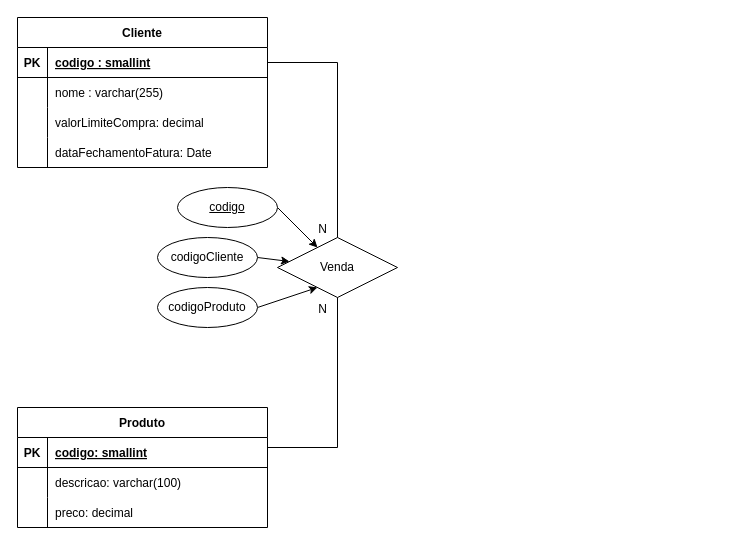
The draw.io diagram modelagem/base.drawio in GabrielCastilhoRodrigues/controle-vendas, before the edit. Source tidied: cells renumbered, new cells numbered last; positions are measured from the earlier drawing's top-left corner, leaving out a move shared by most shapes. Both pictures are drawn from the tidied source at 100%, with x=0, y=0 at pixel (17, 17).
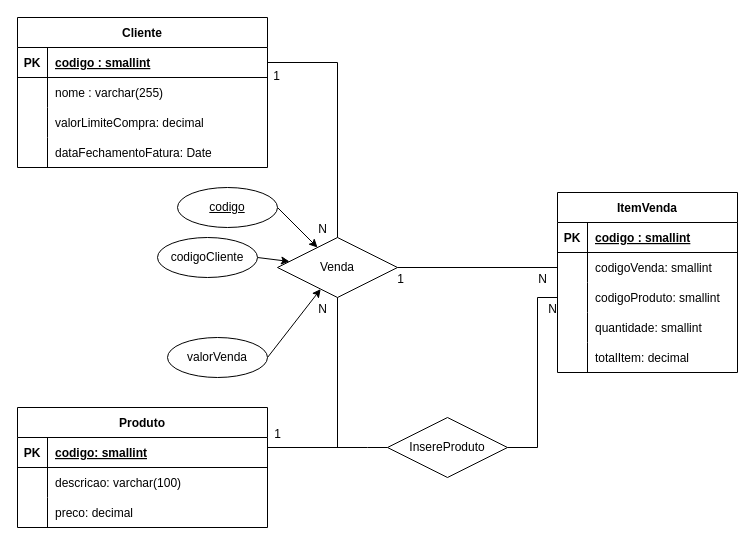
After the change.

Unchanged cells that the change refers to:
```xml
<mxCell id="25" value="Venda" style="shape=rhombus;perimeter=rhombusPerimeter;whiteSpace=wrap;html=1;align=center;" parent="1" vertex="1">
  <mxGeometry x="260" y="220" width="120" height="60" as="geometry" />
</mxCell>
```

The edit, as a diff of the source:
```diff
@@
-    <mxCell id="34" style="edgeStyle=none;html=1;exitX=1;exitY=0.5;exitDx=0;exitDy=0;entryX=0.333;entryY=0.833;entryDx=0;entryDy=0;entryPerimeter=0;" parent="1" edge="1" source="35" target="25">
-      <mxGeometry relative="1" as="geometry" />
-    </mxCell>
-    <mxCell id="35" value="codigoProduto" style="ellipse;whiteSpace=wrap;html=1;align=center;" parent="1" vertex="1">
-      <mxGeometry x="140" y="270" width="100" height="40" as="geometry" />
-    </mxCell>
+    <mxCell id="36" style="edgeStyle=none;html=1;exitX=1;exitY=0.5;exitDx=0;exitDy=0;" parent="1" edge="1" source="37" target="25">
+      <mxGeometry relative="1" as="geometry" />
+    </mxCell>
+    <mxCell id="37" value="valorVenda" style="ellipse;whiteSpace=wrap;html=1;align=center;" parent="1" vertex="1">
+      <mxGeometry x="150" y="320" width="100" height="40" as="geometry" />
+    </mxCell>
+    <mxCell id="38" value="ItemVenda" style="shape=table;startSize=30;childLayout=tableLayout;rowLines=0;fontStyle=1;align=center;" parent="1" vertex="1">
+      <mxGeometry x="540" y="175" width="180" height="180" as="geometry" />
+    </mxCell>
+    <mxCell id="39" style="shape=tableRow;horizontal=0;startSize=0;swimlaneHead=0;swimlaneBody=0;fillColor=none;top=0;left=0;right=0;bottom=1;" parent="38" vertex="1">
+      <mxGeometry y="30" width="180" height="30" as="geometry" />
+    </mxCell>
+    <mxCell id="40" value="PK" style="shape=partialRectangle;fillColor=none;top=0;left=0;bottom=0;right=0;fontStyle=1;overflow=hidden;" parent="39" vertex="1">
+      <mxGeometry width="30" height="30" as="geometry" />
+    </mxCell>
+    <mxCell id="41" value="codigo : smallint" style="shape=partialRectangle;fillColor=none;top=0;left=0;bottom=0;right=0;align=left;spacingLeft=6;fontStyle=5;overflow=hidden;" parent="39" vertex="1">
+      <mxGeometry x="30" width="150" height="30" as="geometry" />
+    </mxCell>
+    <mxCell id="42" style="shape=tableRow;horizontal=0;startSize=0;swimlaneHead=0;swimlaneBody=0;fillColor=none;points=[[0,0.5],[1,0.5]];portConstraint=eastwest;top=0;left=0;right=0;bottom=0;" parent="38" vertex="1">
+      <mxGeometry y="60" width="180" height="30" as="geometry" />
+    </mxCell>
+    <mxCell id="43" style="shape=partialRectangle;fillColor=none;top=0;left=0;bottom=0;right=0;overflow=hidden;" parent="42" vertex="1">
+      <mxGeometry width="30" height="30" as="geometry" />
+    </mxCell>
+    <mxCell id="44" value="codigoVenda: smallint" style="shape=partialRectangle;fillColor=none;top=0;left=0;bottom=0;right=0;align=left;spacingLeft=6;overflow=hidden;" parent="42" vertex="1">
+      <mxGeometry x="30" width="150" height="30" as="geometry" />
+    </mxCell>
+    <mxCell id="45" style="shape=tableRow;horizontal=0;startSize=0;swimlaneHead=0;swimlaneBody=0;fillColor=none;points=[[0,0.5],[1,0.5]];portConstraint=eastwest;top=0;left=0;right=0;bottom=0;" parent="38" vertex="1">
+      <mxGeometry y="90" width="180" height="30" as="geometry" />
+    </mxCell>
+    <mxCell id="46" style="shape=partialRectangle;fillColor=none;top=0;left=0;bottom=0;right=0;overflow=hidden;" parent="45" vertex="1">
+      <mxGeometry width="30" height="30" as="geometry" />
+    </mxCell>
+    <mxCell id="47" value="codigoProduto: smallint" style="shape=partialRectangle;fillColor=none;top=0;left=0;bottom=0;right=0;align=left;spacingLeft=6;overflow=hidden;" parent="45" vertex="1">
+      <mxGeometry x="30" width="150" height="30" as="geometry" />
+    </mxCell>
+    <mxCell id="48" style="shape=tableRow;horizontal=0;startSize=0;swimlaneHead=0;swimlaneBody=0;fillColor=none;top=0;left=0;right=0;bottom=0;" parent="38" vertex="1">
+      <mxGeometry y="120" width="180" height="30" as="geometry" />
+    </mxCell>
+    <mxCell id="49" style="shape=partialRectangle;fillColor=none;top=0;left=0;bottom=0;right=0;overflow=hidden;" parent="48" vertex="1">
+      <mxGeometry width="30" height="30" as="geometry" />
+    </mxCell>
+    <mxCell id="50" value="quantidade: smallint" style="shape=partialRectangle;fillColor=none;top=0;left=0;bottom=0;right=0;align=left;spacingLeft=6;overflow=hidden;" parent="48" vertex="1">
+      <mxGeometry x="30" width="150" height="30" as="geometry" />
+    </mxCell>
+    <mxCell id="51" style="shape=tableRow;horizontal=0;startSize=0;swimlaneHead=0;swimlaneBody=0;fillColor=none;top=0;left=0;right=0;bottom=0;" parent="38" vertex="1">
+      <mxGeometry y="150" width="180" height="30" as="geometry" />
+    </mxCell>
+    <mxCell id="52" style="shape=partialRectangle;fillColor=none;top=0;left=0;bottom=0;right=0;overflow=hidden;" parent="51" vertex="1">
+      <mxGeometry width="30" height="30" as="geometry" />
+    </mxCell>
+    <mxCell id="53" value="totalItem: decimal" style="shape=partialRectangle;fillColor=none;top=0;left=0;bottom=0;right=0;align=left;spacingLeft=6;overflow=hidden;" parent="51" vertex="1">
+      <mxGeometry x="30" width="150" height="30" as="geometry" />
+    </mxCell>
+    <mxCell id="54" style="endArrow=none;html=1;rounded=0;exitX=1;exitY=0.5;exitDx=0;exitDy=0;entryX=0;entryY=0.5;entryDx=0;entryDy=0;" parent="1" edge="1" source="25" target="42">
+      <mxGeometry relative="1" as="geometry" />
+    </mxCell>
+    <mxCell id="55" value="N" style="html=1;align=right;verticalAlign=bottom;" parent="54" vertex="1">
+      <mxGeometry x="1" relative="1" as="geometry">
+        <mxPoint x="-10" y="20" as="offset" />
+      </mxGeometry>
+    </mxCell>
+    <mxCell id="56" value="1" style="html=1;align=right;verticalAlign=bottom;" parent="1" vertex="1">
+      <mxGeometry x="393" y="275" as="geometry">
+        <mxPoint x="-6" y="-5" as="offset" />
+      </mxGeometry>
+    </mxCell>
+    <mxCell id="57" value="1" style="html=1;align=right;verticalAlign=bottom;" parent="1" vertex="1">
+      <mxGeometry x="270" y="430" as="geometry">
+        <mxPoint x="-6" y="-5" as="offset" />
+      </mxGeometry>
+    </mxCell>
+    <mxCell id="58" value="1" style="html=1;align=right;verticalAlign=bottom;" parent="1" vertex="1">
+      <mxGeometry x="407" y="283" as="geometry">
+        <mxPoint x="-144" y="-216" as="offset" />
+      </mxGeometry>
+    </mxCell>
+    <mxCell id="59" value="InsereProduto" style="shape=rhombus;perimeter=rhombusPerimeter;whiteSpace=wrap;html=1;align=center;" parent="1" vertex="1">
+      <mxGeometry x="370" y="400" width="120" height="60" as="geometry" />
+    </mxCell>
+    <mxCell id="60" style="endArrow=none;html=1;rounded=0;exitX=1;exitY=0.25;exitDx=0;exitDy=0;entryX=0;entryY=0.5;entryDx=0;entryDy=0;" parent="1" edge="1" target="59">
+      <mxGeometry relative="1" as="geometry">
+        <mxPoint x="250" y="430" as="sourcePoint" />
+        <Array as="points">
+          <mxPoint x="350" y="430" />
+        </Array>
+      </mxGeometry>
+    </mxCell>
+    <mxCell id="61" style="endArrow=none;html=1;rounded=0;exitX=1;exitY=0.5;exitDx=0;exitDy=0;entryX=0;entryY=0.5;entryDx=0;entryDy=0;" parent="1" edge="1" source="59" target="45">
+      <mxGeometry relative="1" as="geometry">
+        <Array as="points">
+          <mxPoint x="520" y="430" />
+          <mxPoint x="520" y="280" />
+        </Array>
+      </mxGeometry>
+    </mxCell>
+    <mxCell id="62" value="N" style="html=1;align=right;verticalAlign=bottom;" parent="61" vertex="1">
+      <mxGeometry x="1" relative="1" as="geometry">
+        <mxPoint y="20" as="offset" />
+      </mxGeometry>
+    </mxCell>
```
